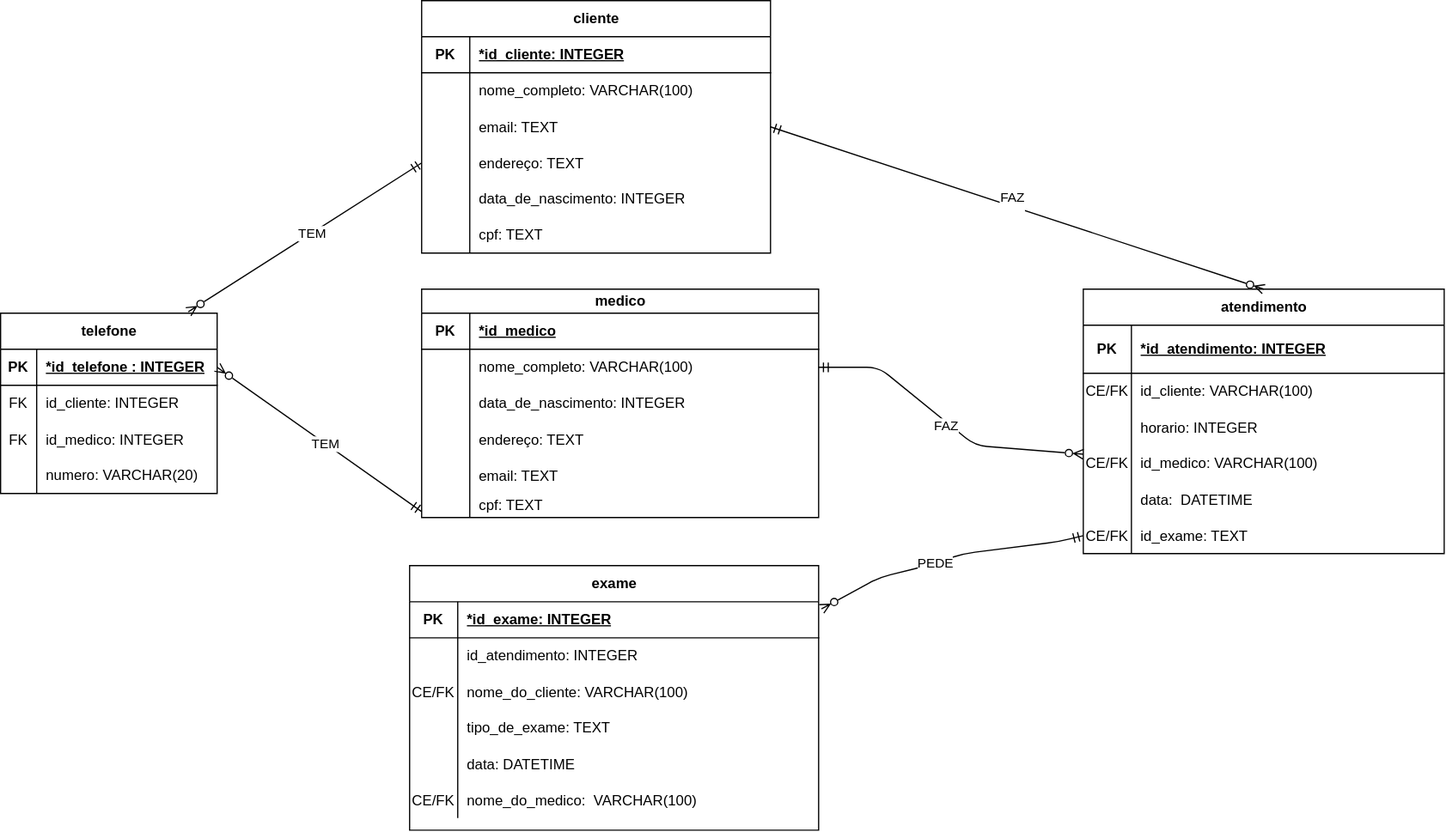
Earlier version of the draw.io export UC2/aula05.drawio.svg (Samurailouver/sala_de_aula). Source tidied: cells renumbered, new cells last; positions are measured from the earlier drawing's top-left corner, leaving out a move shared by most shapes.
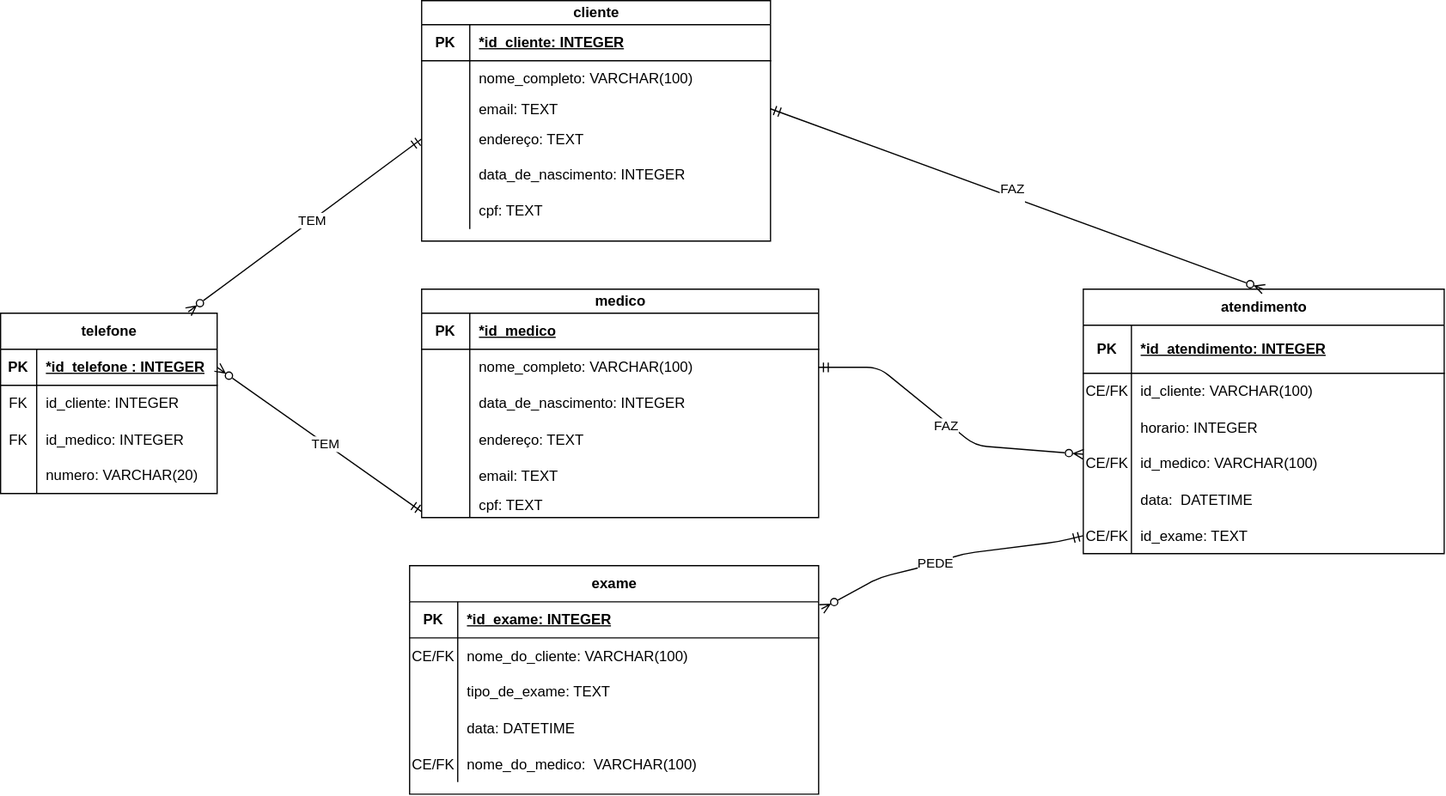
The same diagram one commit later.

Diff of the diagram source:
```diff
@@ -60,7 +60,7 @@
       <mxGeometry x="40" width="290" height="20" as="geometry" />
     </mxCell>
     <mxCell id="21" value="exame" style="shape=table;startSize=30;rowLines=0;fontStyle=1;align=center;html=1;" parent="1" vertex="1">
-      <mxGeometry x="340" y="470" width="340" height="220" as="geometry" />
+      <mxGeometry x="340" y="470" width="340" height="190" as="geometry" />
     </mxCell>
     <mxCell id="22" style="shape=tableRow;horizontal=0;startSize=0;swimlaneHead=0;swimlaneBody=0;fillColor=none;points=[[0,0.5],[1,0.5]];portConstraint=eastwest;top=0;left=0;right=0;bottom=1;" parent="21" vertex="1">
       <mxGeometry y="30" width="340" height="30" as="geometry" />
@@ -71,17 +71,8 @@
     <mxCell id="24" value="*id_exame: INTEGER" style="shape=partialRectangle;fillColor=none;top=0;left=0;bottom=0;right=0;align=left;spacingLeft=6;fontStyle=5;overflow=hidden;whiteSpace=wrap;html=1;" parent="22" vertex="1">
       <mxGeometry x="40" width="300" height="30" as="geometry" />
     </mxCell>
-    <mxCell id="25" style="shape=tableRow;horizontal=0;startSize=0;swimlaneHead=0;swimlaneBody=0;fillColor=none;top=0;left=0;right=0;bottom=0;" parent="21" vertex="1">
-      <mxGeometry y="60" width="340" height="30" as="geometry" />
-    </mxCell>
-    <mxCell id="26" style="shape=partialRectangle;fillColor=none;top=0;left=0;bottom=0;right=0;overflow=hidden;whiteSpace=wrap;html=1;" parent="25" vertex="1">
-      <mxGeometry width="40" height="30" as="geometry" />
-    </mxCell>
-    <mxCell id="27" value="id_atendimento: INTEGER" style="shape=partialRectangle;fillColor=none;top=0;left=0;bottom=0;right=0;align=left;spacingLeft=6;overflow=hidden;whiteSpace=wrap;html=1;" parent="25" vertex="1">
-      <mxGeometry x="40" width="300" height="30" as="geometry" />
-    </mxCell>
     <mxCell id="28" style="shape=tableRow;horizontal=0;startSize=0;swimlaneHead=0;swimlaneBody=0;fillColor=none;top=0;left=0;right=0;bottom=0;" parent="21" vertex="1">
-      <mxGeometry y="90" width="340" height="30" as="geometry" />
+      <mxGeometry y="60" width="340" height="30" as="geometry" />
     </mxCell>
     <mxCell id="29" value="CE/FK" style="shape=partialRectangle;fillColor=none;top=0;left=0;bottom=0;right=0;overflow=hidden;" parent="28" vertex="1">
       <mxGeometry width="40" height="30" as="geometry" />
@@ -90,7 +81,7 @@
       <mxGeometry x="40" width="300" height="30" as="geometry" />
     </mxCell>
     <mxCell id="31" style="shape=tableRow;horizontal=0;startSize=0;swimlaneHead=0;swimlaneBody=0;fillColor=none;top=0;left=0;right=0;bottom=0;" parent="21" vertex="1">
-      <mxGeometry y="120" width="340" height="30" as="geometry" />
+      <mxGeometry y="90" width="340" height="30" as="geometry" />
     </mxCell>
     <mxCell id="32" style="shape=partialRectangle;fillColor=none;top=0;left=0;bottom=0;right=0;overflow=hidden;whiteSpace=wrap;html=1;" parent="31" vertex="1">
       <mxGeometry width="40" height="30" as="geometry" />
@@ -99,7 +90,7 @@
       <mxGeometry x="40" width="300" height="30" as="geometry" />
     </mxCell>
     <mxCell id="34" style="shape=tableRow;horizontal=0;startSize=0;swimlaneHead=0;swimlaneBody=0;fillColor=none;top=0;left=0;right=0;bottom=0;" parent="21" vertex="1">
-      <mxGeometry y="150" width="340" height="30" as="geometry" />
+      <mxGeometry y="120" width="340" height="30" as="geometry" />
     </mxCell>
     <mxCell id="35" style="shape=partialRectangle;fillColor=none;top=0;left=0;bottom=0;right=0;overflow=hidden;" parent="34" vertex="1">
       <mxGeometry width="40" height="30" as="geometry" />
@@ -108,7 +99,7 @@
       <mxGeometry x="40" width="300" height="30" as="geometry" />
     </mxCell>
     <mxCell id="37" style="shape=tableRow;horizontal=0;startSize=0;swimlaneHead=0;swimlaneBody=0;fillColor=none;top=0;left=0;right=0;bottom=0;" parent="21" vertex="1">
-      <mxGeometry y="180" width="340" height="30" as="geometry" />
+      <mxGeometry y="150" width="340" height="30" as="geometry" />
     </mxCell>
     <mxCell id="38" value="CE/FK" style="shape=partialRectangle;fillColor=none;top=0;left=0;bottom=0;right=0;overflow=hidden;" parent="37" vertex="1">
       <mxGeometry width="40" height="30" as="geometry" />
@@ -116,11 +107,11 @@
     <mxCell id="39" value="nome_do_medico:  VARCHAR(100)" style="shape=partialRectangle;fillColor=none;top=0;left=0;bottom=0;right=0;align=left;spacingLeft=6;overflow=hidden;" parent="37" vertex="1">
       <mxGeometry x="40" width="300" height="30" as="geometry" />
     </mxCell>
-    <mxCell id="40" value="cliente" style="shape=table;startSize=30;rowLines=0;fontStyle=1;align=center;html=1;" parent="1" vertex="1">
-      <mxGeometry x="350" width="290" height="210" as="geometry" />
+    <mxCell id="40" value="cliente" style="shape=table;startSize=20;rowLines=0;fontStyle=1;align=center;html=1;" parent="1" vertex="1">
+      <mxGeometry x="350" width="290" height="200" as="geometry" />
     </mxCell>
     <mxCell id="41" style="shape=tableRow;horizontal=0;startSize=0;swimlaneHead=0;swimlaneBody=0;fillColor=none;top=0;left=0;right=0;bottom=1;" parent="40" vertex="1">
-      <mxGeometry y="30" width="290" height="30" as="geometry" />
+      <mxGeometry y="20" width="290" height="30" as="geometry" />
     </mxCell>
     <mxCell id="42" value="PK" style="shape=partialRectangle;fillColor=none;top=0;left=0;bottom=0;right=0;fontStyle=1;overflow=hidden;whiteSpace=wrap;html=1;" parent="41" vertex="1">
       <mxGeometry width="40" height="30" as="geometry" />
@@ -129,7 +120,7 @@
       <mxGeometry x="40" width="250" height="30" as="geometry" />
     </mxCell>
     <mxCell id="44" style="shape=tableRow;horizontal=0;startSize=0;swimlaneHead=0;swimlaneBody=0;fillColor=none;top=0;left=0;right=0;bottom=0;" parent="40" vertex="1">
-      <mxGeometry y="60" width="290" height="30" as="geometry" />
+      <mxGeometry y="50" width="290" height="30" as="geometry" />
     </mxCell>
     <mxCell id="45" style="shape=partialRectangle;fillColor=none;top=0;left=0;bottom=0;right=0;overflow=hidden;whiteSpace=wrap;html=1;" parent="44" vertex="1">
       <mxGeometry width="40" height="30" as="geometry" />
@@ -138,16 +129,16 @@
       <mxGeometry x="40" width="250" height="30" as="geometry" />
     </mxCell>
     <mxCell id="47" style="shape=tableRow;horizontal=0;startSize=0;swimlaneHead=0;swimlaneBody=0;fillColor=none;points=[[0,0.5],[1,0.5]];portConstraint=eastwest;top=0;left=0;right=0;bottom=0;" parent="40" vertex="1">
-      <mxGeometry y="90" width="290" height="30" as="geometry" />
+      <mxGeometry y="80" width="290" height="20" as="geometry" />
     </mxCell>
     <mxCell id="48" style="shape=partialRectangle;fillColor=none;top=0;left=0;bottom=0;right=0;overflow=hidden;" parent="47" vertex="1">
-      <mxGeometry width="40" height="30" as="geometry" />
+      <mxGeometry width="40" height="20" as="geometry" />
     </mxCell>
     <mxCell id="49" value="email: TEXT" style="shape=partialRectangle;fillColor=none;top=0;left=0;bottom=0;right=0;align=left;spacingLeft=6;overflow=hidden;" parent="47" vertex="1">
-      <mxGeometry x="40" width="250" height="30" as="geometry" />
+      <mxGeometry x="40" width="250" height="20" as="geometry" />
     </mxCell>
     <mxCell id="50" style="shape=tableRow;horizontal=0;startSize=0;swimlaneHead=0;swimlaneBody=0;fillColor=none;points=[[0,0.5],[1,0.5]];portConstraint=eastwest;top=0;left=0;right=0;bottom=0;" parent="40" vertex="1">
-      <mxGeometry y="120" width="290" height="30" as="geometry" />
+      <mxGeometry y="100" width="290" height="30" as="geometry" />
     </mxCell>
     <mxCell id="51" style="shape=partialRectangle;fillColor=none;top=0;left=0;bottom=0;right=0;overflow=hidden;" parent="50" vertex="1">
       <mxGeometry width="40" height="30" as="geometry" />
@@ -156,7 +147,7 @@
       <mxGeometry x="40" width="250" height="30" as="geometry" />
     </mxCell>
     <mxCell id="53" style="shape=tableRow;horizontal=0;startSize=0;swimlaneHead=0;swimlaneBody=0;fillColor=none;top=0;left=0;right=0;bottom=0;" parent="40" vertex="1">
-      <mxGeometry y="150" width="290" height="30" as="geometry" />
+      <mxGeometry y="130" width="290" height="30" as="geometry" />
     </mxCell>
     <mxCell id="54" style="shape=partialRectangle;fillColor=none;top=0;left=0;bottom=0;right=0;overflow=hidden;whiteSpace=wrap;html=1;" parent="53" vertex="1">
       <mxGeometry width="40" height="30" as="geometry" />
@@ -165,7 +156,7 @@
       <mxGeometry x="40" width="250" height="30" as="geometry" />
     </mxCell>
     <mxCell id="56" style="shape=tableRow;horizontal=0;startSize=0;swimlaneHead=0;swimlaneBody=0;fillColor=none;top=0;left=0;right=0;bottom=0;" parent="40" vertex="1">
-      <mxGeometry y="180" width="290" height="30" as="geometry" />
+      <mxGeometry y="160" width="290" height="30" as="geometry" />
     </mxCell>
     <mxCell id="57" style="shape=partialRectangle;fillColor=none;top=0;left=0;bottom=0;right=0;overflow=hidden;whiteSpace=wrap;html=1;" parent="56" vertex="1">
       <mxGeometry width="40" height="30" as="geometry" />
```
